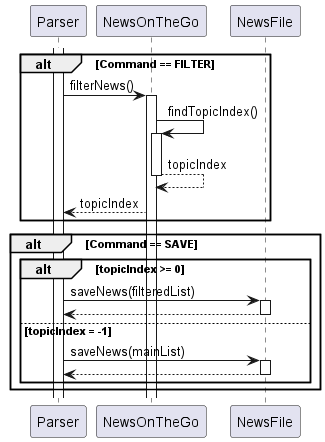
This is docs/UML_Diagrams/filterFunctionSequence.png from AhmedShaiyan/tp, a PlantUML export, as it was before one commit. The source it was exported from:
```plantuml
@startuml

activate Parser
alt Command == FILTER
Parser->NewsOnTheGo: filterNews()
activate NewsOnTheGo
NewsOnTheGo->NewsOnTheGo: findTopicIndex()
activate NewsOnTheGo
NewsOnTheGo-->NewsOnTheGo: topicIndex
deactivate NewsOnTheGo
NewsOnTheGo-->Parser: topicIndex
end

alt Command == SAVE
alt topicIndex >= 0
Parser->NewsFile: saveNews(filteredList)
activate NewsFile
NewsFile-->Parser
deactivate NewsFile
else topicIndex = -1
Parser->NewsFile: saveNews(mainList)
activate NewsFile
NewsFile-->Parser
deactivate NewsFile
end
end
@enduml
```
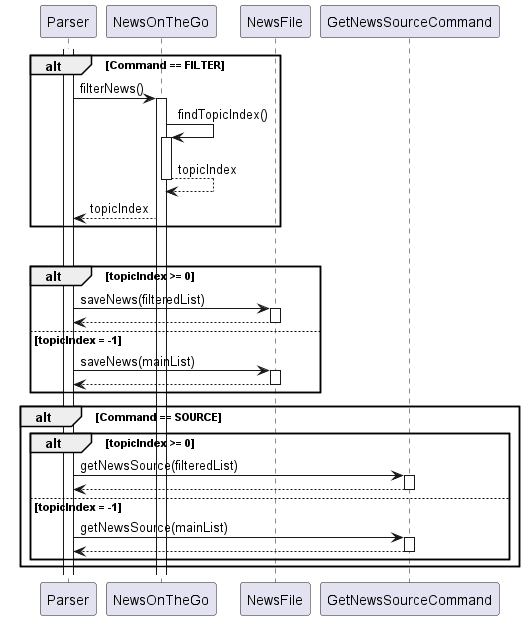
After the change.

The edit, as a diff of the source:
```diff
@@ -23,5 +23,18 @@
 NewsFile-->Parser
 deactivate NewsFile
 end
+
+alt Command == SOURCE
+alt topicIndex >= 0
+Parser->GetNewsSourceCommand: getNewsSource(filteredList)
+activate GetNewsSourceCommand
+GetNewsSourceCommand-->Parser
+deactivate GetNewsSourceCommand
+else topicIndex = -1
+Parser->GetNewsSourceCommand: getNewsSource(mainList)
+activate GetNewsSourceCommand
+GetNewsSourceCommand-->Parser
+deactivate GetNewsSourceCommand
+end
 end
 @enduml
```
